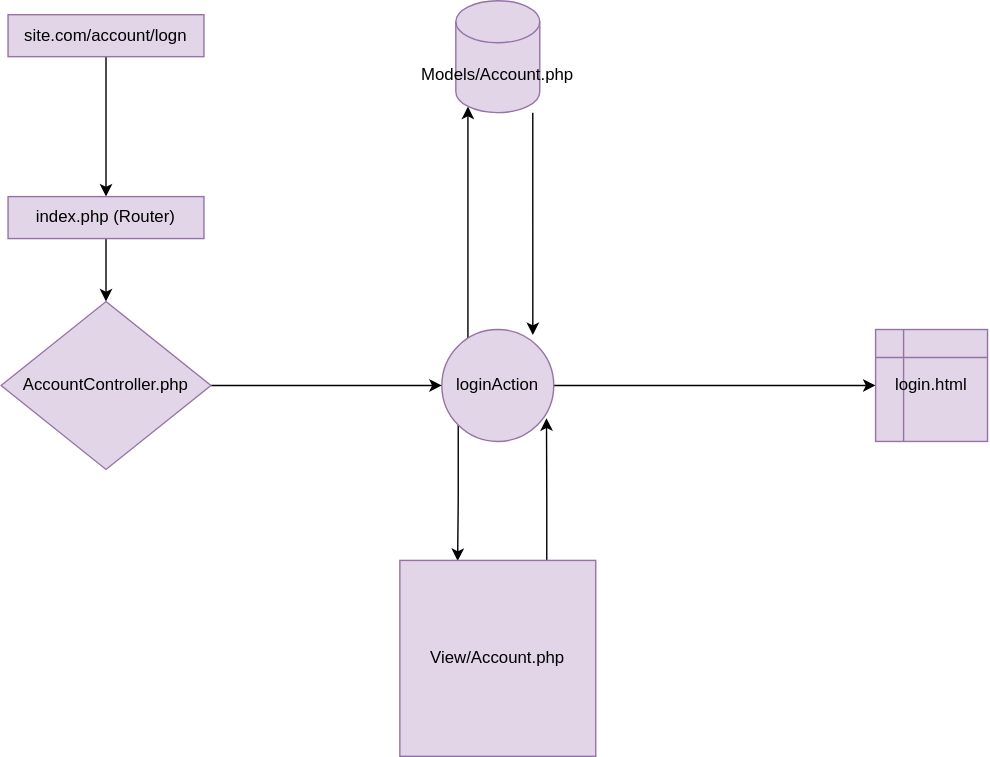
Above: mvc-lessons/php/mvc_design_template.svg in WebSofter/lessnor (draw.io), before the change. Source tidied: cells renumbered, new cells last; positions are measured from the earlier drawing's top-left corner, leaving out a move shared by most shapes.
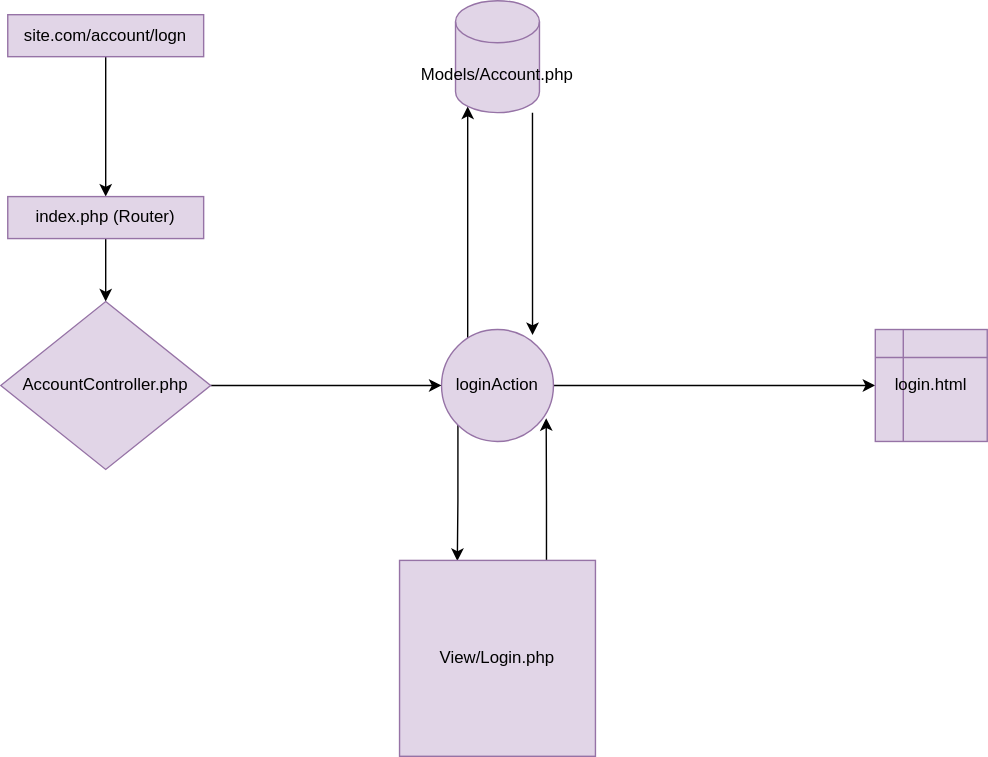
Later version of the same file.

What changed in the source:
```diff
@@ -44,7 +44,7 @@
     <mxCell id="12" style="edgeStyle=orthogonalEdgeStyle;rounded=0;jettySize=auto;html=1;exitX=0.75;exitY=0;exitDx=0;exitDy=0;entryX=0.935;entryY=0.792;entryDx=0;entryDy=0;entryPerimeter=0;" parent="1" edge="1" source="13" target="9">
       <mxGeometry relative="1" as="geometry" />
     </mxCell>
-    <mxCell id="13" value="View/Account.php" style="whiteSpace=wrap;html=1;fillColor=#e1d5e7;strokeColor=#9673a6;" parent="1" vertex="1">
+    <mxCell id="13" value="View/Login.php" style="whiteSpace=wrap;html=1;fillColor=#e1d5e7;strokeColor=#9673a6;" parent="1" vertex="1">
       <mxGeometry x="285" y="400" width="140" height="140" as="geometry" />
     </mxCell>
     <mxCell id="14" value="login.html" style="shape=internalStorage;whiteSpace=wrap;html=1;backgroundOutline=1;fillColor=#e1d5e7;strokeColor=#9673a6;" parent="1" vertex="1">
```
